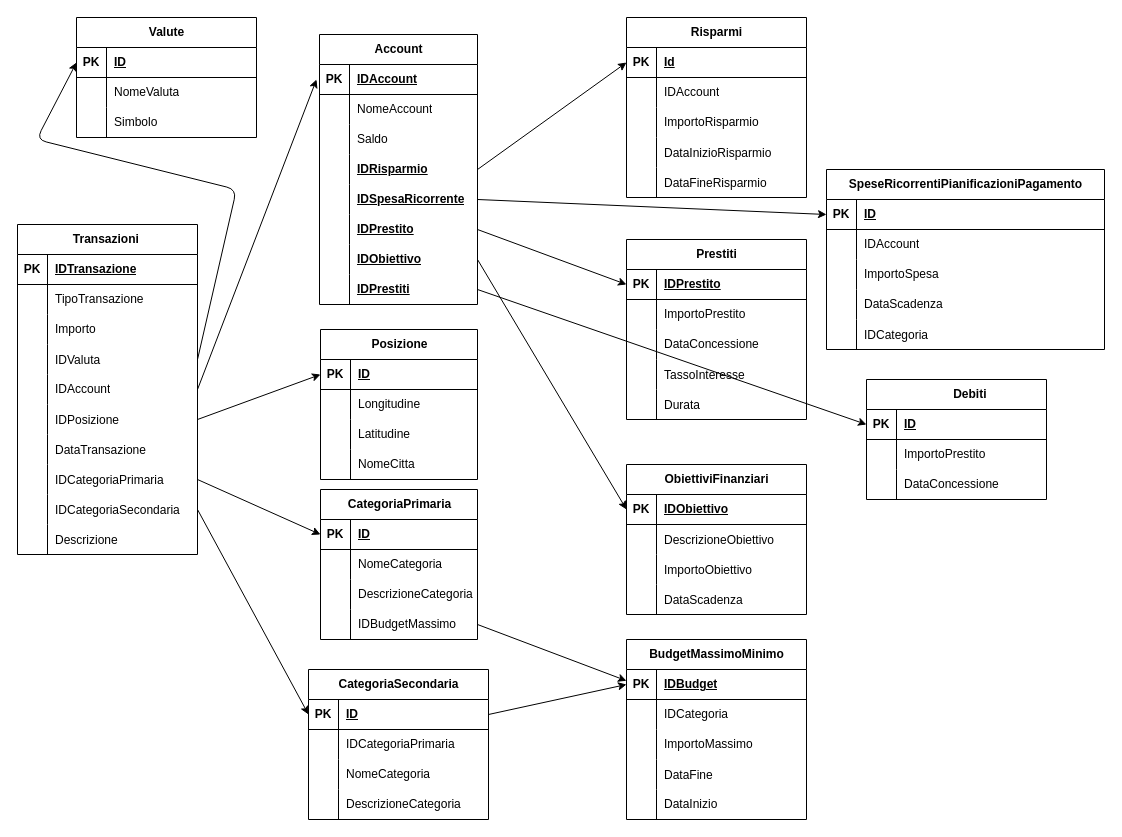
This is Database/Cas_Flow_Web_ER.drawio from Giosc4/CashFlowWeb, a draw.io file, before an edit. Source tidied: cells renumbered, new cells numbered last; positions are measured from the earlier drawing's top-left corner, leaving out a move shared by most shapes. Both pictures are drawn from the tidied source at 100%, with x=0, y=0 at pixel (17, 17).
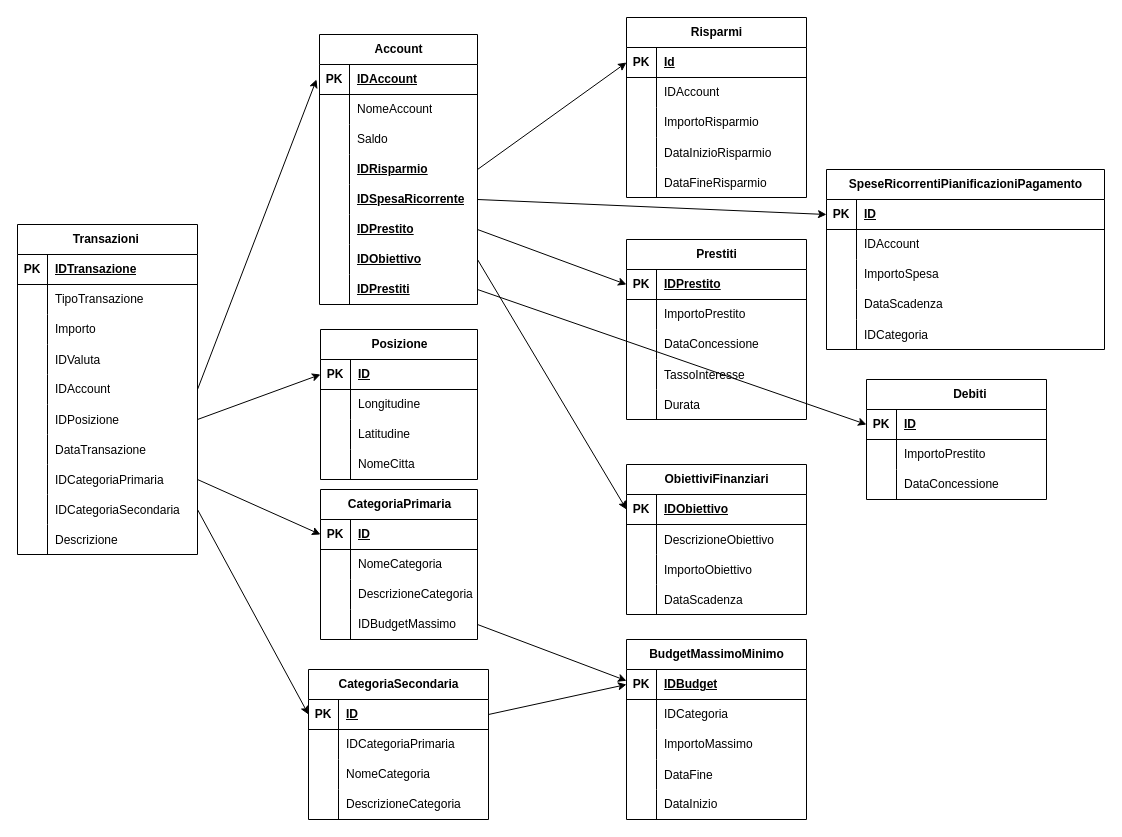
Above is the later version.

Unchanged cells that the change refers to:
```xml
<mxCell id="12" style="shape=tableRow;horizontal=0;startSize=0;swimlaneHead=0;swimlaneBody=0;fillColor=none;points=[[0,0.5],[1,0.5]];portConstraint=eastwest;top=0;left=0;right=0;bottom=0;" parent="2" vertex="1">
  <mxGeometry y="120" width="180" height="30" as="geometry" />
</mxCell>
```

Change to the diagram source:
```diff
@@
-    <mxCell id="129" value="Valute" style="shape=table;startSize=30;childLayout=tableLayout;rowLines=0;fontStyle=1;align=center;html=1;" parent="1" vertex="1">
-      <mxGeometry x="59" width="180" height="120" as="geometry" />
-    </mxCell>
-    <mxCell id="130" style="shape=tableRow;horizontal=0;startSize=0;swimlaneHead=0;swimlaneBody=0;fillColor=none;points=[[0,0.5],[1,0.5]];portConstraint=eastwest;top=0;left=0;right=0;bottom=1;" parent="129" vertex="1">
-      <mxGeometry y="30" width="180" height="30" as="geometry" />
-    </mxCell>
-    <mxCell id="131" value="PK" style="shape=partialRectangle;fillColor=none;top=0;left=0;bottom=0;right=0;fontStyle=1;overflow=hidden;whiteSpace=wrap;html=1;" parent="130" vertex="1">
-      <mxGeometry width="30" height="30" as="geometry" />
-    </mxCell>
-    <mxCell id="132" value="ID" style="shape=partialRectangle;fillColor=none;top=0;left=0;bottom=0;right=0;align=left;spacingLeft=6;fontStyle=5;overflow=hidden;whiteSpace=wrap;html=1;" parent="130" vertex="1">
-      <mxGeometry x="30" width="150" height="30" as="geometry" />
-    </mxCell>
-    <mxCell id="133" style="shape=tableRow;horizontal=0;startSize=0;swimlaneHead=0;swimlaneBody=0;fillColor=none;top=0;left=0;right=0;bottom=0;" parent="129" vertex="1">
-      <mxGeometry y="60" width="180" height="30" as="geometry" />
-    </mxCell>
-    <mxCell id="134" style="shape=partialRectangle;fillColor=none;top=0;left=0;bottom=0;right=0;overflow=hidden;whiteSpace=wrap;html=1;" parent="133" vertex="1">
-      <mxGeometry width="30" height="30" as="geometry" />
-    </mxCell>
-    <mxCell id="135" value="NomeValuta" style="shape=partialRectangle;fillColor=none;top=0;left=0;bottom=0;right=0;align=left;spacingLeft=6;overflow=hidden;whiteSpace=wrap;html=1;" parent="133" vertex="1">
-      <mxGeometry x="30" width="150" height="30" as="geometry" />
-    </mxCell>
-    <mxCell id="136" style="shape=tableRow;horizontal=0;startSize=0;swimlaneHead=0;swimlaneBody=0;fillColor=none;top=0;left=0;right=0;bottom=0;" parent="129" vertex="1">
-      <mxGeometry y="90" width="180" height="30" as="geometry" />
-    </mxCell>
-    <mxCell id="137" style="shape=partialRectangle;fillColor=none;top=0;left=0;bottom=0;right=0;overflow=hidden;whiteSpace=wrap;html=1;" parent="136" vertex="1">
-      <mxGeometry width="30" height="30" as="geometry" />
-    </mxCell>
-    <mxCell id="138" value="Simbolo" style="shape=partialRectangle;fillColor=none;top=0;left=0;bottom=0;right=0;align=left;spacingLeft=6;overflow=hidden;whiteSpace=wrap;html=1;" parent="136" vertex="1">
-      <mxGeometry x="30" width="150" height="30" as="geometry" />
-    </mxCell>
@@
-    <mxCell id="193" style="edgeStyle=none;html=1;entryX=0;entryY=0.5;entryDx=0;entryDy=0;exitX=1;exitY=0.5;exitDx=0;exitDy=0;" parent="1" edge="1" source="12" target="130">
-      <mxGeometry relative="1" as="geometry">
-        <Array as="points">
-          <mxPoint x="219" y="172" />
-          <mxPoint x="19" y="122" />
-        </Array>
-      </mxGeometry>
-    </mxCell>
```
